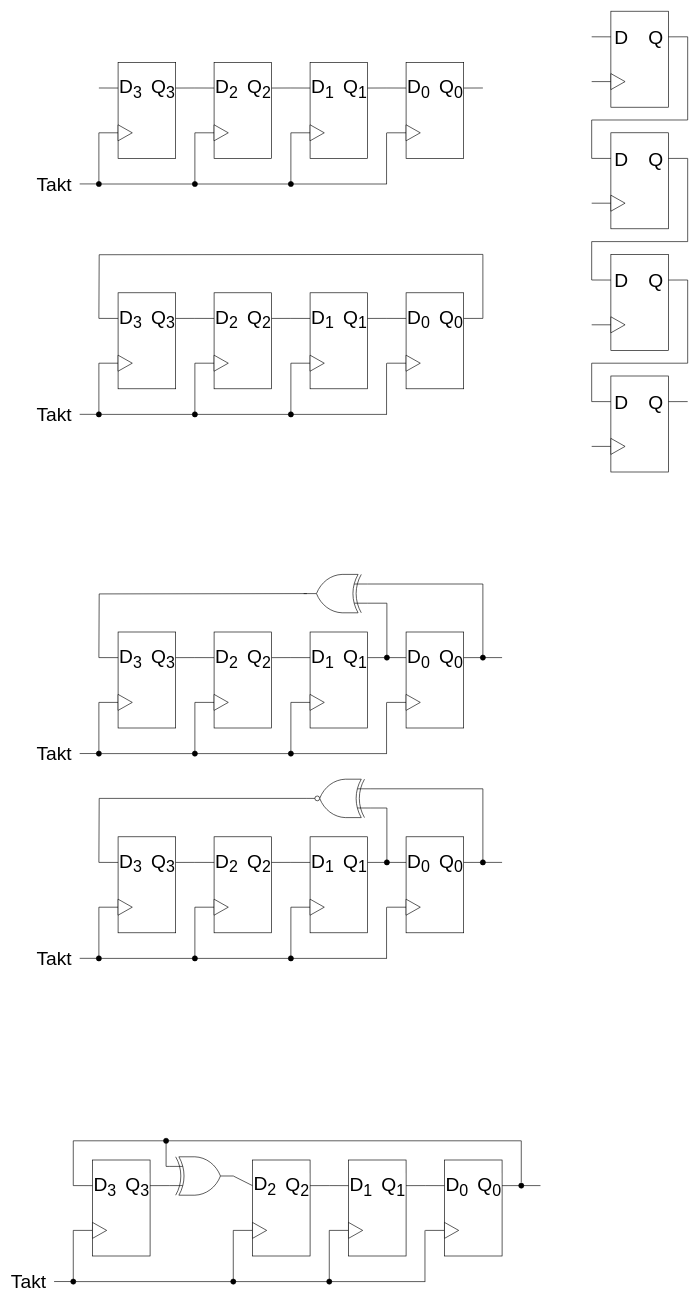
The draw.io diagram docu/ShiftRegister.drawio in YumYumfisch/LFSR-PeriodLength, before the edit. Source tidied: cells renumbered, new cells numbered last; positions are measured from the earlier drawing's top-left corner, leaving out a move shared by most shapes. Both pictures are drawn from the tidied source at 64%, with x=0, y=0 at pixel (54, 11).
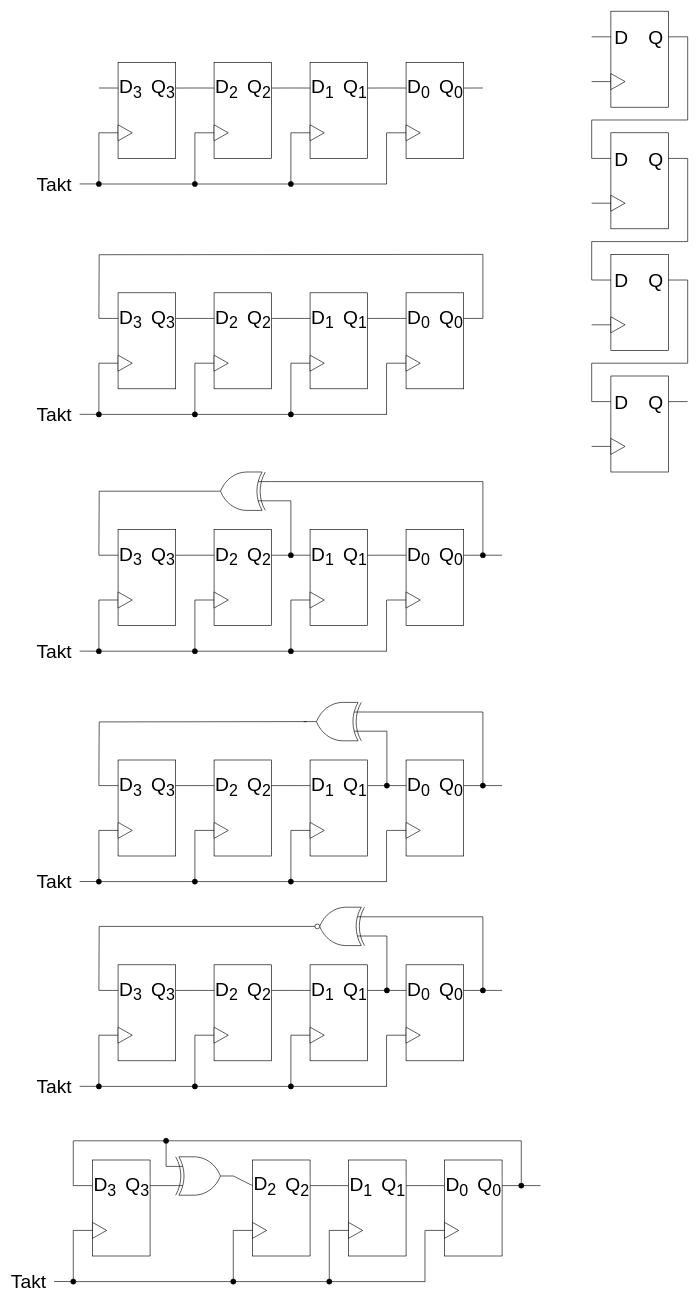
Above is the later version.

Commit message (it also covers changes not shown here):
add LFSR diagram for Taps 1010

What changed in the source:
```diff
@@
     <mxCell id="135" style="group;" parent="1" vertex="1">
-      <mxGeometry x="40" y="1200" width="660" height="285" as="geometry" />
+      <mxGeometry x="40" y="1400" width="660" height="285" as="geometry" />
     </mxCell>
@@
     <mxCell id="186" style="group;" parent="1" vertex="1">
-      <mxGeometry x="40" y="880" width="660" height="285" as="geometry" />
+      <mxGeometry x="40" y="1080" width="660" height="285" as="geometry" />
     </mxCell>
@@
+    <mxCell id="280" style="group;" parent="1" vertex="1">
+      <mxGeometry x="40" y="720" width="660" height="285" as="geometry" />
+    </mxCell>
+    <mxCell id="281" style="verticalLabelPosition=bottom;shadow=0;dashed=0;align=center;html=1;verticalAlign=top;shape=mxgraph.electrical.logic_gates.logic_gate;operation=xor;rotation=-180;" parent="280" vertex="1">
+      <mxGeometry x="200" width="100" height="60" as="geometry" />
+    </mxCell>
+    <mxCell id="282" style="endArrow=none;html=1;align=center;fontSize=30;" parent="280" edge="1">
+      <mxGeometry relative="1" as="geometry">
+        <mxPoint x="630" y="130" as="sourcePoint" />
+        <mxPoint x="660" y="130" as="targetPoint" />
+      </mxGeometry>
+    </mxCell>
+    <mxCell id="283" value="Takt" style="endArrow=none;html=1;align=center;fontSize=30;entryX=0;entryY=0.5;entryDx=0;entryDy=0;" parent="280" edge="1">
+      <mxGeometry x="-1" y="-40" relative="1" as="geometry">
+        <mxPoint y="279.9" as="sourcePoint" />
+        <mxPoint x="30" y="279.9" as="targetPoint" />
+        <mxPoint x="-40" y="-40" as="offset" />
+      </mxGeometry>
+    </mxCell>
+    <mxCell id="284" style="group;" parent="280" vertex="1">
+      <mxGeometry x="30" y="90" width="150" height="150" as="geometry" />
+    </mxCell>
+    <mxCell id="285" style="rounded=0;whiteSpace=wrap;html=1;" parent="284" vertex="1">
+      <mxGeometry x="30" width="90" height="150" as="geometry" />
+    </mxCell>
+    <mxCell id="286" style="endArrow=none;html=1;align=center;fontSize=30;entryX=0;entryY=0.267;entryDx=0;entryDy=0;entryPerimeter=0;" parent="284" edge="1" target="285">
+      <mxGeometry relative="1" as="geometry">
+        <mxPoint y="40" as="sourcePoint" />
+      </mxGeometry>
+    </mxCell>
+    <mxCell id="287" value="D&lt;sub&gt;3&lt;/sub&gt;" style="edgeLabel;html=1;align=left;verticalAlign=middle;fontSize=30;" parent="286" vertex="1">
+      <mxGeometry x="0.28" relative="1" as="geometry">
+        <mxPoint x="11" as="offset" />
+      </mxGeometry>
+    </mxCell>
+    <mxCell id="288" style="endArrow=none;html=1;align=center;exitX=1;exitY=0.267;exitDx=0;exitDy=0;fontSize=30;exitPerimeter=0;" parent="284" edge="1" source="285">
+      <mxGeometry relative="1" as="geometry">
+        <mxPoint x="150" y="40" as="targetPoint" />
+      </mxGeometry>
+    </mxCell>
+    <mxCell id="289" value="Q&lt;sub&gt;3&lt;br&gt;&lt;/sub&gt;" style="edgeLabel;html=1;align=center;verticalAlign=middle;fontSize=30;" parent="288" vertex="1">
+      <mxGeometry x="0.28" relative="1" as="geometry">
+        <mxPoint x="-39" as="offset" />
+      </mxGeometry>
+    </mxCell>
+    <mxCell id="290" style="endArrow=none;html=1;align=center;fontSize=30;entryX=0;entryY=0.5;entryDx=0;entryDy=0;" parent="284" edge="1" target="291">
+      <mxGeometry relative="1" as="geometry">
+        <mxPoint y="110" as="sourcePoint" />
+      </mxGeometry>
+    </mxCell>
+    <mxCell id="291" style="triangle;whiteSpace=wrap;html=1;" parent="284" vertex="1">
+      <mxGeometry x="30" y="97.5" width="22.2" height="25" as="geometry" />
+    </mxCell>
+    <mxCell id="292" style="group;" parent="280" vertex="1">
+      <mxGeometry x="180" y="90" width="150" height="150" as="geometry" />
+    </mxCell>
+    <mxCell id="293" style="rounded=0;whiteSpace=wrap;html=1;" parent="292" vertex="1">
+      <mxGeometry x="30" width="90" height="150" as="geometry" />
+    </mxCell>
+    <mxCell id="294" style="endArrow=none;html=1;align=center;fontSize=30;entryX=0;entryY=0.267;entryDx=0;entryDy=0;entryPerimeter=0;" parent="292" edge="1" target="293">
+      <mxGeometry relative="1" as="geometry">
+        <mxPoint y="40" as="sourcePoint" />
+      </mxGeometry>
+    </mxCell>
+    <mxCell id="295" value="D&lt;sub&gt;2&lt;/sub&gt;" style="edgeLabel;html=1;align=left;verticalAlign=middle;fontSize=30;" parent="294" vertex="1">
+      <mxGeometry x="0.28" relative="1" as="geometry">
+        <mxPoint x="11" as="offset" />
+      </mxGeometry>
+    </mxCell>
+    <mxCell id="296" style="endArrow=none;html=1;align=center;exitX=1;exitY=0.267;exitDx=0;exitDy=0;fontSize=30;exitPerimeter=0;" parent="292" edge="1" source="293">
+      <mxGeometry relative="1" as="geometry">
+        <mxPoint x="150" y="40" as="targetPoint" />
+      </mxGeometry>
+    </mxCell>
+    <mxCell id="297" value="Q&lt;sub&gt;2&lt;/sub&gt;" style="edgeLabel;html=1;align=center;verticalAlign=middle;fontSize=30;" parent="296" vertex="1">
+      <mxGeometry x="0.28" relative="1" as="geometry">
+        <mxPoint x="-39" as="offset" />
+      </mxGeometry>
+    </mxCell>
+    <mxCell id="298" style="endArrow=none;html=1;align=center;fontSize=30;entryX=0;entryY=0.5;entryDx=0;entryDy=0;" parent="292" edge="1" target="299">
+      <mxGeometry relative="1" as="geometry">
+        <mxPoint y="110" as="sourcePoint" />
+      </mxGeometry>
+    </mxCell>
+    <mxCell id="299" style="triangle;whiteSpace=wrap;html=1;" parent="292" vertex="1">
+      <mxGeometry x="30" y="97.5" width="22.2" height="25" as="geometry" />
+    </mxCell>
+    <mxCell id="300" style="group;" parent="280" vertex="1">
+      <mxGeometry x="330" y="90" width="150" height="150" as="geometry" />
+    </mxCell>
+    <mxCell id="301" style="rounded=0;whiteSpace=wrap;html=1;" parent="300" vertex="1">
+      <mxGeometry x="30" width="90" height="150" as="geometry" />
+    </mxCell>
+    <mxCell id="302" style="endArrow=none;html=1;align=center;fontSize=30;entryX=0;entryY=0.267;entryDx=0;entryDy=0;entryPerimeter=0;" parent="300" edge="1" target="301">
+      <mxGeometry relative="1" as="geometry">
+        <mxPoint y="40" as="sourcePoint" />
+      </mxGeometry>
+    </mxCell>
+    <mxCell id="303" value="D&lt;sub&gt;1&lt;/sub&gt;" style="edgeLabel;html=1;align=left;verticalAlign=middle;fontSize=30;" parent="302" vertex="1">
+      <mxGeometry x="0.28" relative="1" as="geometry">
+        <mxPoint x="11" as="offset" />
+      </mxGeometry>
+    </mxCell>
+    <mxCell id="304" style="endArrow=none;html=1;align=center;exitX=1;exitY=0.267;exitDx=0;exitDy=0;fontSize=30;exitPerimeter=0;" parent="300" edge="1" source="301">
+      <mxGeometry relative="1" as="geometry">
+        <mxPoint x="150" y="40" as="targetPoint" />
+      </mxGeometry>
+    </mxCell>
+    <mxCell id="305" value="Q&lt;sub&gt;1&lt;/sub&gt;" style="edgeLabel;html=1;align=center;verticalAlign=middle;fontSize=30;" parent="304" vertex="1">
+      <mxGeometry x="0.28" relative="1" as="geometry">
+        <mxPoint x="-39" as="offset" />
+      </mxGeometry>
+    </mxCell>
+    <mxCell id="306" style="endArrow=none;html=1;align=center;fontSize=30;entryX=0;entryY=0.5;entryDx=0;entryDy=0;" parent="300" edge="1" target="307">
+      <mxGeometry relative="1" as="geometry">
+        <mxPoint y="110" as="sourcePoint" />
+      </mxGeometry>
+    </mxCell>
+    <mxCell id="307" style="triangle;whiteSpace=wrap;html=1;" parent="300" vertex="1">
+      <mxGeometry x="30" y="97.5" width="22.2" height="25" as="geometry" />
+    </mxCell>
+    <mxCell id="308" style="group;" parent="280" vertex="1">
+      <mxGeometry x="480" y="90" width="150" height="150" as="geometry" />
+    </mxCell>
+    <mxCell id="309" style="rounded=0;whiteSpace=wrap;html=1;" parent="308" vertex="1">
+      <mxGeometry x="30" width="90" height="150" as="geometry" />
+    </mxCell>
+    <mxCell id="310" style="endArrow=none;html=1;align=center;fontSize=30;entryX=0;entryY=0.267;entryDx=0;entryDy=0;entryPerimeter=0;" parent="308" edge="1" target="309">
+      <mxGeometry relative="1" as="geometry">
+        <mxPoint y="40" as="sourcePoint" />
+      </mxGeometry>
+    </mxCell>
+    <mxCell id="311" value="D&lt;sub&gt;0&lt;/sub&gt;" style="edgeLabel;html=1;align=left;verticalAlign=middle;fontSize=30;" parent="310" vertex="1">
+      <mxGeometry x="0.28" relative="1" as="geometry">
+        <mxPoint x="11" as="offset" />
+      </mxGeometry>
+    </mxCell>
+    <mxCell id="312" style="endArrow=none;html=1;align=center;exitX=1;exitY=0.267;exitDx=0;exitDy=0;fontSize=30;exitPerimeter=0;" parent="308" edge="1" source="309">
+      <mxGeometry relative="1" as="geometry">
+        <mxPoint x="150" y="40" as="targetPoint" />
+      </mxGeometry>
+    </mxCell>
+    <mxCell id="313" value="Q&lt;sub&gt;0&lt;/sub&gt;" style="edgeLabel;html=1;align=center;verticalAlign=middle;fontSize=30;" parent="312" vertex="1">
+      <mxGeometry x="0.28" relative="1" as="geometry">
+        <mxPoint x="-39" as="offset" />
+      </mxGeometry>
+    </mxCell>
+    <mxCell id="314" style="endArrow=none;html=1;align=center;fontSize=30;entryX=0;entryY=0.5;entryDx=0;entryDy=0;" parent="308" edge="1" target="315">
+      <mxGeometry relative="1" as="geometry">
+        <mxPoint y="110" as="sourcePoint" />
+      </mxGeometry>
+    </mxCell>
+    <mxCell id="315" style="triangle;whiteSpace=wrap;html=1;" parent="308" vertex="1">
+      <mxGeometry x="30" y="97.5" width="22.2" height="25" as="geometry" />
+    </mxCell>
+    <mxCell id="316" style="endArrow=none;html=1;align=center;fontSize=30;" parent="280" edge="1">
+      <mxGeometry relative="1" as="geometry">
+        <mxPoint x="30" y="280" as="sourcePoint" />
+        <mxPoint x="30" y="200" as="targetPoint" />
+      </mxGeometry>
+    </mxCell>
+    <mxCell id="317" style="endArrow=none;html=1;align=center;fontSize=30;" parent="280" edge="1">
+      <mxGeometry relative="1" as="geometry">
+        <mxPoint x="180" y="280" as="sourcePoint" />
+        <mxPoint x="180" y="200" as="targetPoint" />
+      </mxGeometry>
+    </mxCell>
+    <mxCell id="318" style="endArrow=none;html=1;align=center;fontSize=30;" parent="280" edge="1">
+      <mxGeometry relative="1" as="geometry">
+        <mxPoint x="330" y="280" as="sourcePoint" />
+        <mxPoint x="330" y="200" as="targetPoint" />
+      </mxGeometry>
+    </mxCell>
+    <mxCell id="319" style="endArrow=none;html=1;align=center;fontSize=30;" parent="280" edge="1">
+      <mxGeometry relative="1" as="geometry">
+        <mxPoint x="479.5" y="280" as="sourcePoint" />
+        <mxPoint x="479.5" y="200" as="targetPoint" />
+      </mxGeometry>
+    </mxCell>
+    <mxCell id="320" style="endArrow=none;html=1;align=center;fontSize=30;exitX=0.9;exitY=0.5;exitDx=0;exitDy=0;exitPerimeter=0;" parent="280" edge="1" source="322">
+      <mxGeometry relative="1" as="geometry">
+        <mxPoint x="480" y="280" as="targetPoint" />
+      </mxGeometry>
+    </mxCell>
+    <mxCell id="321" style="verticalLabelPosition=bottom;shadow=0;dashed=0;align=center;html=1;verticalAlign=top;shape=mxgraph.electrical.logic_gates.inverting_contact;fillColor=#000000;" parent="280" vertex="1">
+      <mxGeometry x="175" y="275" width="10" height="10" as="geometry" />
+    </mxCell>
+    <mxCell id="322" style="verticalLabelPosition=bottom;shadow=0;dashed=0;align=center;html=1;verticalAlign=top;shape=mxgraph.electrical.logic_gates.inverting_contact;fillColor=#000000;" parent="280" vertex="1">
+      <mxGeometry x="25" y="275" width="10" height="10" as="geometry" />
+    </mxCell>
+    <mxCell id="323" style="verticalLabelPosition=bottom;shadow=0;dashed=0;align=center;html=1;verticalAlign=top;shape=mxgraph.electrical.logic_gates.inverting_contact;fillColor=#000000;" parent="280" vertex="1">
+      <mxGeometry x="325" y="275" width="10" height="10" as="geometry" />
+    </mxCell>
+    <mxCell id="324" style="edgeStyle=orthogonalEdgeStyle;html=1;endArrow=none;endFill=0;rounded=0;exitX=1;exitY=0.5;exitDx=0;exitDy=0;exitPerimeter=0;" parent="280" edge="1" source="281">
+      <mxGeometry relative="1" as="geometry">
+        <mxPoint x="30" y="130" as="targetPoint" />
+      </mxGeometry>
+    </mxCell>
+    <mxCell id="325" style="endArrow=none;html=1;align=center;fontSize=30;" parent="280" edge="1">
+      <mxGeometry relative="1" as="geometry">
+        <mxPoint x="630" y="130" as="sourcePoint" />
+        <mxPoint x="630" y="15" as="targetPoint" />
+      </mxGeometry>
+    </mxCell>
+    <mxCell id="326" style="endArrow=none;html=1;align=center;fontSize=30;" parent="280" edge="1">
+      <mxGeometry relative="1" as="geometry">
+        <mxPoint x="330" y="130" as="sourcePoint" />
+        <mxPoint x="330" y="45" as="targetPoint" />
+      </mxGeometry>
+    </mxCell>
+    <mxCell id="327" style="endArrow=none;html=1;align=center;fontSize=30;entryX=0;entryY=0.25;entryDx=0;entryDy=0;entryPerimeter=0;" parent="280" edge="1" target="281">
+      <mxGeometry relative="1" as="geometry">
+        <mxPoint x="330" y="45" as="sourcePoint" />
+      </mxGeometry>
+    </mxCell>
+    <mxCell id="328" style="endArrow=none;html=1;align=center;fontSize=30;entryX=0;entryY=0.75;entryDx=0;entryDy=0;entryPerimeter=0;" parent="280" edge="1" target="281">
+      <mxGeometry relative="1" as="geometry">
+        <mxPoint x="630" y="15" as="sourcePoint" />
+      </mxGeometry>
+    </mxCell>
+    <mxCell id="329" style="verticalLabelPosition=bottom;shadow=0;dashed=0;align=center;html=1;verticalAlign=top;shape=mxgraph.electrical.logic_gates.inverting_contact;fillColor=#000000;" parent="280" vertex="1">
+      <mxGeometry x="325" y="125" width="10" height="10" as="geometry" />
+    </mxCell>
+    <mxCell id="330" style="verticalLabelPosition=bottom;shadow=0;dashed=0;align=center;html=1;verticalAlign=top;shape=mxgraph.electrical.logic_gates.inverting_contact;fillColor=#000000;" parent="280" vertex="1">
+      <mxGeometry x="625" y="125" width="10" height="10" as="geometry" />
+    </mxCell>
+    <mxCell id="331" style="group;" parent="1" vertex="1">
+      <mxGeometry x="40" y="380" width="630" height="255" as="geometry" />
+    </mxCell>
-    <mxCell id="237" style="edgeStyle=orthogonalEdgeStyle;html=1;endArrow=none;endFill=0;rounded=0;" parent="1" edge="1">
+    <mxCell id="237" style="edgeStyle=orthogonalEdgeStyle;html=1;endArrow=none;endFill=0;rounded=0;" parent="331" edge="1">
       <mxGeometry relative="1" as="geometry">
-        <mxPoint x="670" y="380" as="sourcePoint" />
-        <mxPoint x="70" y="480" as="targetPoint" />
+        <mxPoint x="630" as="sourcePoint" />
+        <mxPoint x="30" y="100" as="targetPoint" />
       </mxGeometry>
     </mxCell>
-    <mxCell id="238" value="Takt" style="endArrow=none;html=1;align=center;fontSize=30;entryX=0;entryY=0.5;entryDx=0;entryDy=0;" parent="1" edge="1">
+    <mxCell id="238" value="Takt" style="endArrow=none;html=1;align=center;fontSize=30;entryX=0;entryY=0.5;entryDx=0;entryDy=0;" parent="331" edge="1">
       <mxGeometry x="-1" y="-40" relative="1" as="geometry">
-        <mxPoint x="40" y="629.9" as="sourcePoint" />
-        <mxPoint x="70" y="629.9" as="targetPoint" />
+        <mxPoint y="249.9" as="sourcePoint" />
+        <mxPoint x="30" y="249.9" as="targetPoint" />
         <mxPoint x="-40" y="-40" as="offset" />
       </mxGeometry>
     </mxCell>
-    <mxCell id="239" style="group;" parent="1" vertex="1">
-      <mxGeometry x="70" y="440" width="150" height="150" as="geometry" />
+    <mxCell id="239" style="group;" parent="331" vertex="1">
+      <mxGeometry x="30" y="60" width="150" height="150" as="geometry" />
     </mxCell>
@@
-    <mxCell id="247" style="group;" parent="1" vertex="1">
-      <mxGeometry x="220" y="440" width="150" height="150" as="geometry" />
+    <mxCell id="247" style="group;" parent="331" vertex="1">
+      <mxGeometry x="180" y="60" width="150" height="150" as="geometry" />
     </mxCell>
@@
-    <mxCell id="255" style="group;" parent="1" vertex="1">
-      <mxGeometry x="370" y="440" width="150" height="150" as="geometry" />
+    <mxCell id="255" style="group;" parent="331" vertex="1">
+      <mxGeometry x="330" y="60" width="150" height="150" as="geometry" />
     </mxCell>
@@
-    <mxCell id="263" style="group;" parent="1" vertex="1">
-      <mxGeometry x="520" y="440" width="150" height="150" as="geometry" />
+    <mxCell id="263" style="group;" parent="331" vertex="1">
+      <mxGeometry x="480" y="60" width="150" height="150" as="geometry" />
     </mxCell>
@@
-    <mxCell id="271" style="endArrow=none;html=1;align=center;fontSize=30;" parent="1" edge="1">
+    <mxCell id="271" style="endArrow=none;html=1;align=center;fontSize=30;" parent="331" edge="1">
       <mxGeometry relative="1" as="geometry">
-        <mxPoint x="70" y="630" as="sourcePoint" />
-        <mxPoint x="70" y="550" as="targetPoint" />
+        <mxPoint x="30" y="250" as="sourcePoint" />
+        <mxPoint x="30" y="170" as="targetPoint" />
       </mxGeometry>
     </mxCell>
-    <mxCell id="272" style="endArrow=none;html=1;align=center;fontSize=30;" parent="1" edge="1">
+    <mxCell id="272" style="endArrow=none;html=1;align=center;fontSize=30;" parent="331" edge="1">
       <mxGeometry relative="1" as="geometry">
-        <mxPoint x="220" y="630" as="sourcePoint" />
-        <mxPoint x="220" y="550" as="targetPoint" />
+        <mxPoint x="180" y="250" as="sourcePoint" />
+        <mxPoint x="180" y="170" as="targetPoint" />
       </mxGeometry>
     </mxCell>
-    <mxCell id="273" style="endArrow=none;html=1;align=center;fontSize=30;" parent="1" edge="1">
+    <mxCell id="273" style="endArrow=none;html=1;align=center;fontSize=30;" parent="331" edge="1">
       <mxGeometry relative="1" as="geometry">
-        <mxPoint x="370" y="630" as="sourcePoint" />
-        <mxPoint x="370" y="550" as="targetPoint" />
+        <mxPoint x="330" y="250" as="sourcePoint" />
+        <mxPoint x="330" y="170" as="targetPoint" />
       </mxGeometry>
     </mxCell>
-    <mxCell id="274" style="endArrow=none;html=1;align=center;fontSize=30;" parent="1" edge="1">
+    <mxCell id="274" style="endArrow=none;html=1;align=center;fontSize=30;" parent="331" edge="1">
       <mxGeometry relative="1" as="geometry">
-        <mxPoint x="519.5" y="630" as="sourcePoint" />
-        <mxPoint x="519.5" y="550" as="targetPoint" />
+        <mxPoint x="479.5" y="250" as="sourcePoint" />
+        <mxPoint x="479.5" y="170" as="targetPoint" />
       </mxGeometry>
     </mxCell>
-    <mxCell id="275" style="endArrow=none;html=1;align=center;fontSize=30;exitX=0.9;exitY=0.5;exitDx=0;exitDy=0;exitPerimeter=0;" parent="1" edge="1" source="277">
+    <mxCell id="275" style="endArrow=none;html=1;align=center;fontSize=30;exitX=0.9;exitY=0.5;exitDx=0;exitDy=0;exitPerimeter=0;" parent="331" edge="1" source="277">
       <mxGeometry relative="1" as="geometry">
-        <mxPoint x="520" y="630" as="targetPoint" />
+        <mxPoint x="480" y="250" as="targetPoint" />
       </mxGeometry>
     </mxCell>
-    <mxCell id="276" style="verticalLabelPosition=bottom;shadow=0;dashed=0;align=center;html=1;verticalAlign=top;shape=mxgraph.electrical.logic_gates.inverting_contact;fillColor=#000000;" parent="1" vertex="1">
-      <mxGeometry x="215" y="625" width="10" height="10" as="geometry" />
+    <mxCell id="276" style="verticalLabelPosition=bottom;shadow=0;dashed=0;align=center;html=1;verticalAlign=top;shape=mxgraph.electrical.logic_gates.inverting_contact;fillColor=#000000;" parent="331" vertex="1">
+      <mxGeometry x="175" y="245" width="10" height="10" as="geometry" />
     </mxCell>
-    <mxCell id="277" style="verticalLabelPosition=bottom;shadow=0;dashed=0;align=center;html=1;verticalAlign=top;shape=mxgraph.electrical.logic_gates.inverting_contact;fillColor=#000000;" parent="1" vertex="1">
-      <mxGeometry x="65" y="625" width="10" height="10" as="geometry" />
+    <mxCell id="277" style="verticalLabelPosition=bottom;shadow=0;dashed=0;align=center;html=1;verticalAlign=top;shape=mxgraph.electrical.logic_gates.inverting_contact;fillColor=#000000;" parent="331" vertex="1">
+      <mxGeometry x="25" y="245" width="10" height="10" as="geometry" />
     </mxCell>
-    <mxCell id="278" style="verticalLabelPosition=bottom;shadow=0;dashed=0;align=center;html=1;verticalAlign=top;shape=mxgraph.electrical.logic_gates.inverting_contact;fillColor=#000000;" parent="1" vertex="1">
-      <mxGeometry x="365" y="625" width="10" height="10" as="geometry" />
+    <mxCell id="278" style="verticalLabelPosition=bottom;shadow=0;dashed=0;align=center;html=1;verticalAlign=top;shape=mxgraph.electrical.logic_gates.inverting_contact;fillColor=#000000;" parent="331" vertex="1">
+      <mxGeometry x="325" y="245" width="10" height="10" as="geometry" />
     </mxCell>
-    <mxCell id="279" style="endArrow=none;html=1;align=center;fontSize=30;" parent="1" edge="1">
+    <mxCell id="279" style="endArrow=none;html=1;align=center;fontSize=30;" parent="331" edge="1">
       <mxGeometry relative="1" as="geometry">
-        <mxPoint x="670" y="480" as="sourcePoint" />
-        <mxPoint x="670" y="380" as="targetPoint" />
+        <mxPoint x="630" y="100" as="sourcePoint" />
+        <mxPoint x="630" as="targetPoint" />
       </mxGeometry>
     </mxCell>
```
